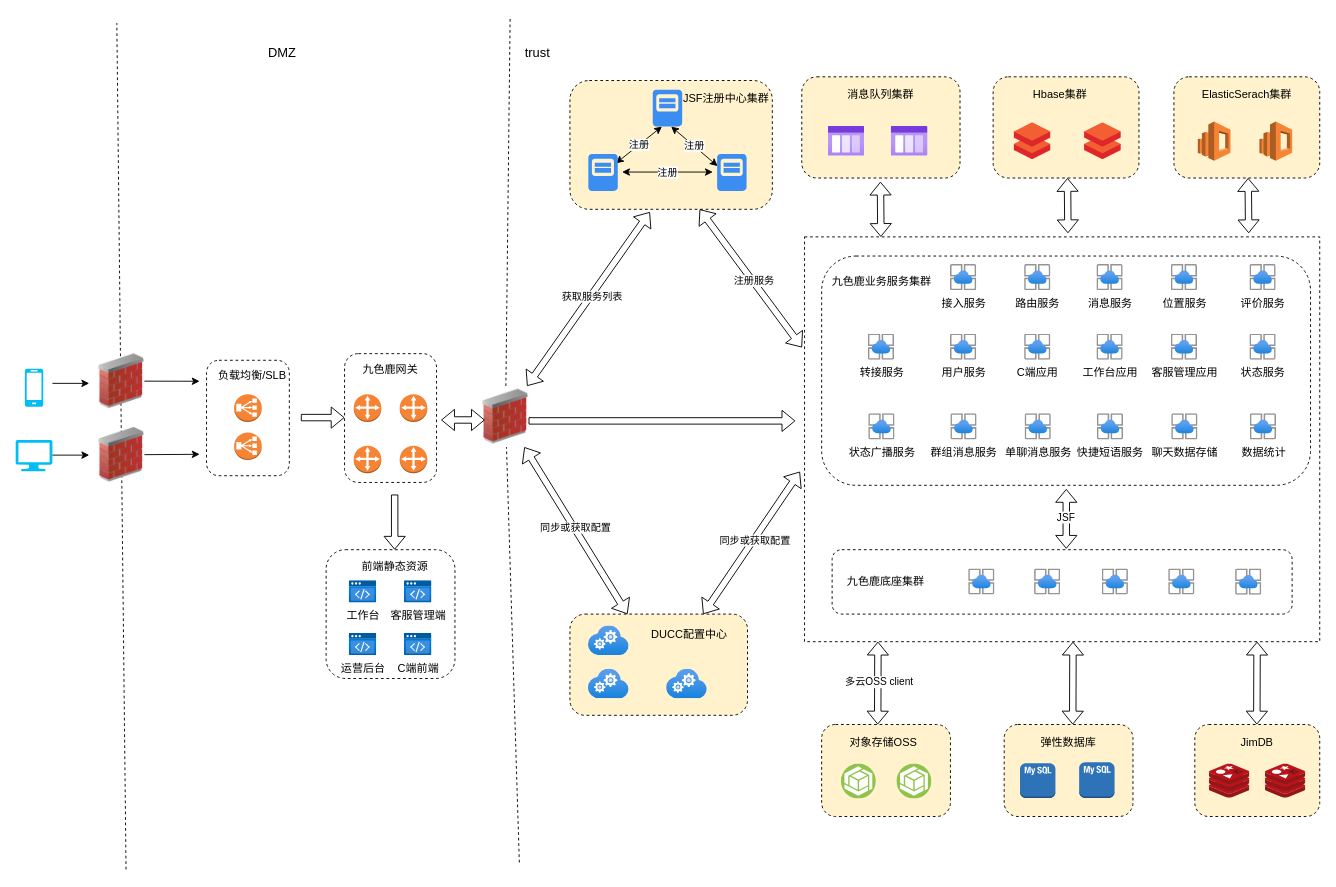
The draw.io diagram 九色鹿部署架构图.drawio in greenabyss/image, before the edit. Source tidied: cells renumbered, new cells numbered last; positions are measured from the earlier drawing's top-left corner, leaving out a move shared by most shapes. Both pictures are drawn from the tidied source at 92%, with x=0, y=0 at pixel (15, 16).
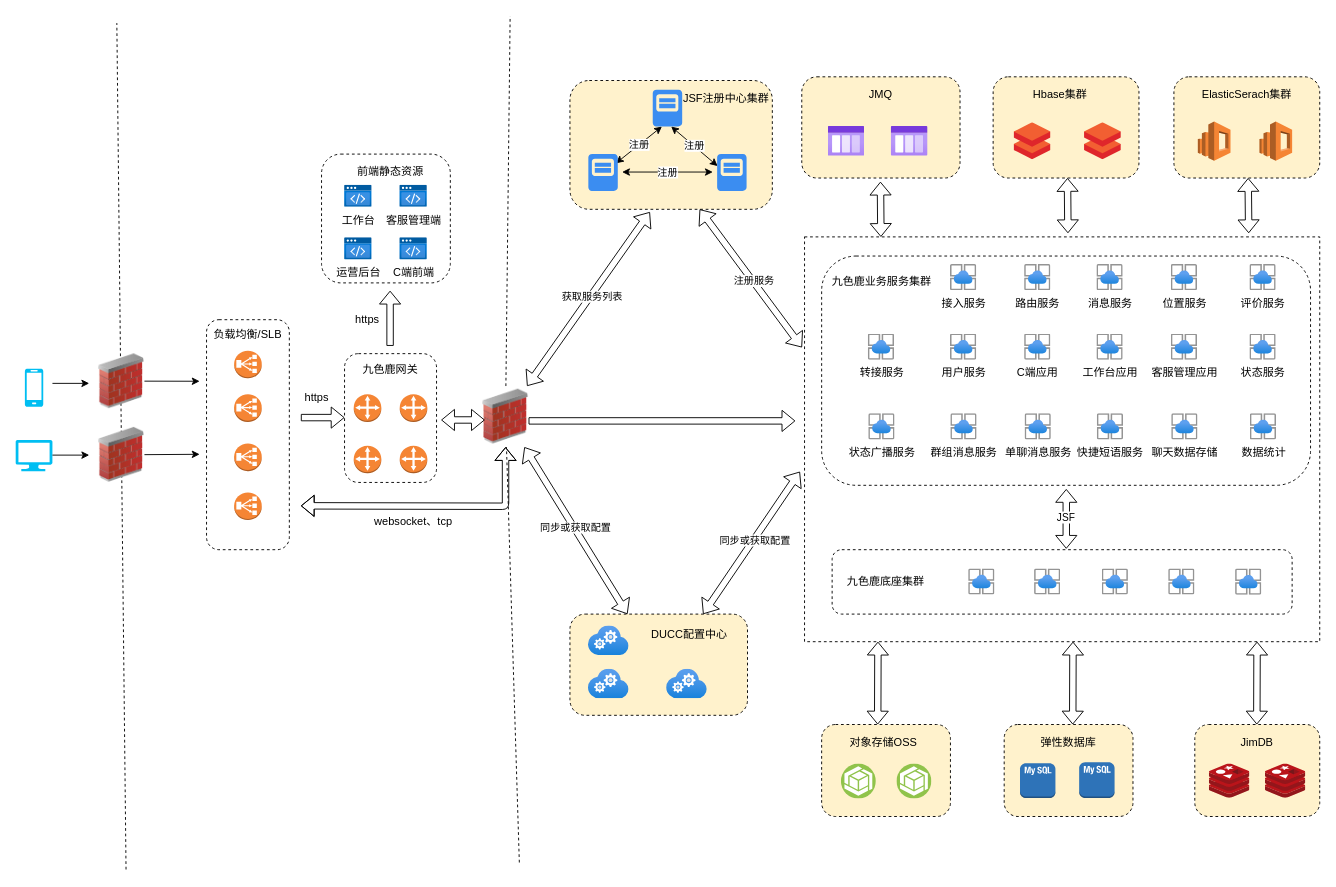
Above is the later version.

Commit message:
更新九色鹿部署架构图.drawio

Unchanged cells that the change refers to:
```xml
<mxCell id="37" style="shape=flexArrow;endArrow=classic;startArrow=classic;html=1;width=7;endWidth=15;endSize=4.33;startWidth=15;startSize=4.33;" parent="1" edge="1">
  <mxGeometry relative="1" as="geometry">
    <mxPoint x="937.5" y="770" as="sourcePoint" />
    <mxPoint x="937.8" y="680" as="targetPoint" />
  </mxGeometry>
</mxCell>
<mxCell id="89" style="image;html=1;image=img/lib/clip_art/networking/Firewall_02_128x128.png;rounded=0;dashed=1;fillColor=#FFFFFF;" parent="1" vertex="1">
  <mxGeometry x="508" y="402.1" width="50" height="66.4" as="geometry" />
</mxCell>
```

What changed in the source:
```diff
@@
     <mxCell id="3" style="rounded=1;whiteSpace=wrap;html=1;dashed=1;fillColor=#FFFFFF;" parent="1" vertex="1">
-      <mxGeometry x="208" y="374.1" width="90" height="125.5" as="geometry" />
+      <mxGeometry x="208" y="330" width="90" height="250" as="geometry" />
     </mxCell>
@@
-    <mxCell id="38" value="多云OSS client" style="edgeLabel;html=1;align=center;verticalAlign=middle;" parent="37" vertex="1">
-      <mxGeometry x="0.04" relative="1" as="geometry">
-        <mxPoint x="1" as="offset" />
-      </mxGeometry>
-    </mxCell>
@@
-    <mxCell id="61" value="消息队列集群" style="text;html=1;strokeColor=none;fillColor=none;align=center;verticalAlign=middle;whiteSpace=wrap;rounded=0;dashed=1;" parent="1" vertex="1">
+    <mxCell id="61" value="JMQ" style="text;html=1;strokeColor=none;fillColor=none;align=center;verticalAlign=middle;whiteSpace=wrap;rounded=0;dashed=1;" parent="1" vertex="1">
       <mxGeometry x="876" y="76" width="130" height="20" as="geometry" />
     </mxCell>
@@
     <mxCell id="65" value="负载均衡/SLB" style="text;html=1;strokeColor=none;fillColor=none;align=center;verticalAlign=middle;whiteSpace=wrap;rounded=0;dashed=1;" parent="1" vertex="1">
-      <mxGeometry x="213" y="384.1" width="90" height="12.8" as="geometry" />
+      <mxGeometry x="208" y="340" width="90" height="12.8" as="geometry" />
     </mxCell>
     <mxCell id="66" style="dashed=0;verticalLabelPosition=bottom;verticalAlign=top;align=center;html=1;shape=mxgraph.aws3.classic_load_balancer;fillColor=#F58534;gradientColor=none;rounded=1;" parent="1" vertex="1">
-      <mxGeometry x="238" y="411.1" width="30" height="30" as="geometry" />
+      <mxGeometry x="238" y="363.7" width="30" height="30" as="geometry" />
     </mxCell>
     <mxCell id="67" style="dashed=0;verticalLabelPosition=bottom;verticalAlign=top;align=center;html=1;shape=mxgraph.aws3.classic_load_balancer;fillColor=#F58534;gradientColor=none;rounded=1;" parent="1" vertex="1">
-      <mxGeometry x="238" y="452.6" width="30" height="30" as="geometry" />
+      <mxGeometry x="238" y="411.1" width="30" height="30" as="geometry" />
     </mxCell>
@@
     <mxCell id="75" style="rounded=1;whiteSpace=wrap;html=1;dashed=1;fillColor=#FFFFFF;" parent="1" vertex="1">
-      <mxGeometry x="338" y="580" width="140" height="140" as="geometry" />
+      <mxGeometry x="333" y="150" width="140" height="140" as="geometry" />
     </mxCell>
     <mxCell id="76" value="工作台" style="html=1;align=center;image;fontSize=12;image=img/lib/azure2/preview/Static_Apps.svg;rounded=0;dashed=1;fillColor=#FFFFFF;" parent="1" vertex="1">
-      <mxGeometry x="363" y="613.8" width="30" height="24" as="geometry" />
+      <mxGeometry x="358" y="183.8" width="30" height="24" as="geometry" />
     </mxCell>
     <mxCell id="77" value="客服管理端" style="html=1;align=center;image;fontSize=12;image=img/lib/azure2/preview/Static_Apps.svg;rounded=0;dashed=1;fillColor=#FFFFFF;" parent="1" vertex="1">
-      <mxGeometry x="423" y="613.8" width="30" height="24" as="geometry" />
+      <mxGeometry x="418" y="183.8" width="30" height="24" as="geometry" />
     </mxCell>
     <mxCell id="78" value="运营后台" style="html=1;align=center;image;fontSize=12;image=img/lib/azure2/preview/Static_Apps.svg;rounded=0;dashed=1;fillColor=#FFFFFF;" parent="1" vertex="1">
-      <mxGeometry x="363" y="671" width="30" height="24" as="geometry" />
+      <mxGeometry x="358" y="241" width="30" height="24" as="geometry" />
     </mxCell>
     <mxCell id="79" value="C端前端" style="html=1;align=center;image;fontSize=12;image=img/lib/azure2/preview/Static_Apps.svg;rounded=0;dashed=1;fillColor=#FFFFFF;" parent="1" vertex="1">
-      <mxGeometry x="423" y="671" width="30" height="24" as="geometry" />
+      <mxGeometry x="418" y="241" width="30" height="24" as="geometry" />
     </mxCell>
     <mxCell id="80" value="前端静态资源" style="text;html=1;strokeColor=none;fillColor=none;align=center;verticalAlign=middle;whiteSpace=wrap;rounded=0;dashed=1;" parent="1" vertex="1">
-      <mxGeometry x="368" y="592.2" width="90" height="12.8" as="geometry" />
+      <mxGeometry x="363" y="162.3" width="90" height="12.8" as="geometry" />
     </mxCell>
-    <mxCell id="81" style="shape=flexArrow;endArrow=classic;startArrow=none;html=1;width=7;endWidth=15;endSize=4.33;startWidth=15;startSize=4.33;startFill=0;" parent="1" edge="1">
+    <mxCell id="81" style="shape=flexArrow;endArrow=none;startArrow=block;html=1;width=7;endWidth=15;endSize=4.33;startWidth=15;startSize=4.33;startFill=0;endFill=0;" parent="1" edge="1">
       <mxGeometry relative="1" as="geometry">
-        <mxPoint x="412.5" y="520" as="sourcePoint" />
-        <mxPoint x="412.5" y="580" as="targetPoint" />
+        <mxPoint x="407.5" y="298.5" as="sourcePoint" />
+        <mxPoint x="407.5" y="358.5" as="targetPoint" />
       </mxGeometry>
     </mxCell>
-    <mxCell id="82" value="&lt;font style=&quot;font-size: 14px&quot;&gt;DMZ&lt;/font&gt;" style="text;html=1;strokeColor=none;fillColor=none;align=center;verticalAlign=middle;whiteSpace=wrap;rounded=0;dashed=1;" parent="1" vertex="1">
-      <mxGeometry x="258" y="30" width="65" height="20" as="geometry" />
-    </mxCell>
-    <mxCell id="83" value="&lt;span style=&quot;font-size: 14px&quot;&gt;trust&lt;/span&gt;" style="text;html=1;strokeColor=none;fillColor=none;align=center;verticalAlign=middle;whiteSpace=wrap;rounded=0;dashed=1;" parent="1" vertex="1">
-      <mxGeometry x="548" y="30" width="40" height="20" as="geometry" />
-    </mxCell>
@@
+    <mxCell id="117" style="dashed=0;verticalLabelPosition=bottom;verticalAlign=top;align=center;html=1;shape=mxgraph.aws3.classic_load_balancer;fillColor=#F58534;gradientColor=none;rounded=1;" parent="1" vertex="1">
+      <mxGeometry x="238" y="464.6" width="30" height="30" as="geometry" />
+    </mxCell>
+    <mxCell id="118" style="dashed=0;verticalLabelPosition=bottom;verticalAlign=top;align=center;html=1;shape=mxgraph.aws3.classic_load_balancer;fillColor=#F58534;gradientColor=none;rounded=1;" parent="1" vertex="1">
+      <mxGeometry x="238" y="517.8" width="30" height="30" as="geometry" />
+    </mxCell>
+    <mxCell id="119" value="&lt;font color=&quot;#000000&quot;&gt;https&lt;/font&gt;" style="text;html=1;strokeColor=none;fillColor=none;align=center;verticalAlign=middle;whiteSpace=wrap;rounded=0;dashed=1;fontColor=#FF6666;" parent="1" vertex="1">
+      <mxGeometry x="308" y="405" width="40" height="20" as="geometry" />
+    </mxCell>
+    <mxCell id="120" style="shape=flexArrow;endArrow=classic;startArrow=block;html=1;width=7;endWidth=15;endSize=4.33;startWidth=15;startSize=4.33;startFill=0;entryX=0.5;entryY=1;entryDx=0;entryDy=0;edgeStyle=orthogonalEdgeStyle;" parent="1" edge="1" target="89">
+      <mxGeometry relative="1" as="geometry">
+        <mxPoint x="310.5" y="532.3" as="sourcePoint" />
+      </mxGeometry>
+    </mxCell>
+    <mxCell id="121" value="&lt;font color=&quot;#000000&quot;&gt;https&lt;/font&gt;" style="text;html=1;strokeColor=none;fillColor=none;align=center;verticalAlign=middle;whiteSpace=wrap;rounded=0;dashed=1;fontColor=#FF6666;" parent="1" vertex="1">
+      <mxGeometry x="363" y="320" width="40" height="20" as="geometry" />
+    </mxCell>
+    <mxCell id="122" value="&lt;font color=&quot;#000000&quot;&gt;websocket、tcp&lt;/font&gt;" style="text;html=1;strokeColor=none;fillColor=none;align=center;verticalAlign=middle;whiteSpace=wrap;rounded=0;dashed=1;fontColor=#FF6666;" parent="1" vertex="1">
+      <mxGeometry x="383" y="540" width="100" height="20" as="geometry" />
+    </mxCell>
```
